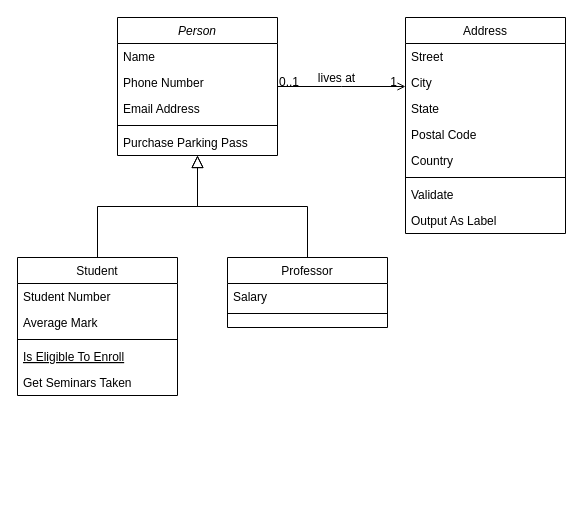
Above: 名称未設定ファイル.drawio in ryshino/strengths-app (draw.io), before the change. Source tidied: cells renumbered, new cells numbered last; positions are measured from the earlier drawing's top-left corner, leaving out a move shared by most shapes. Both pictures are drawn from the tidied source at 100%, with x=0, y=0 at pixel (17, 17).
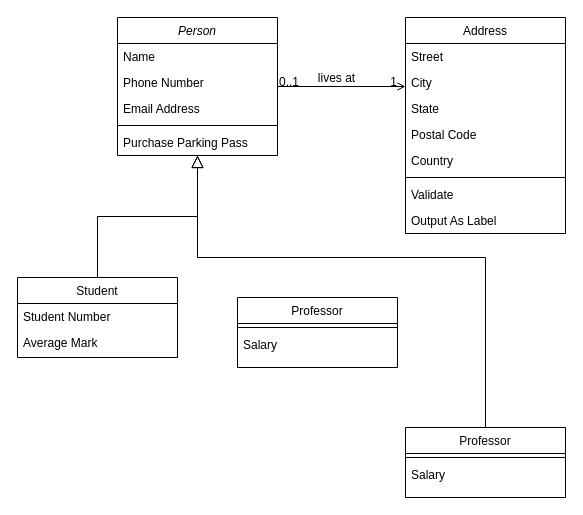
The same diagram, later.

Commit message:
名称未設定ファイル.drawio を更新します

The change refers to these unchanged cells:
```xml
<mxCell id="2" value="Person" style="swimlane;fontStyle=2;align=center;verticalAlign=top;horizontal=1;startSize=26;rounded=0;shadow=0;strokeWidth=1;" parent="1" vertex="1">
  <mxGeometry x="100" width="160" height="138" as="geometry" />
</mxCell>
```

Change to the diagram source:
```diff
@@
     <mxCell id="8" value="Student" style="swimlane;fontStyle=0;align=center;verticalAlign=top;horizontal=1;startSize=26;rounded=0;shadow=0;strokeWidth=1;" parent="1" vertex="1">
-      <mxGeometry y="240" width="160" height="138" as="geometry" />
+      <mxGeometry y="260" width="160" height="80" as="geometry" />
     </mxCell>
@@
-    <mxCell id="11" style="line;html=1;strokeWidth=1;align=left;verticalAlign=middle;spacingTop=-1;spacingLeft=3;spacingRight=3;labelPosition=right;" parent="8" vertex="1">
-      <mxGeometry y="78" width="160" height="8" as="geometry" />
-    </mxCell>
-    <mxCell id="12" value="Is Eligible To Enroll" style="text;align=left;verticalAlign=top;spacingLeft=4;spacingRight=4;overflow=hidden;fontStyle=4;" parent="8" vertex="1">
-      <mxGeometry y="86" width="160" height="26" as="geometry" />
-    </mxCell>
-    <mxCell id="13" value="Get Seminars Taken" style="text;align=left;verticalAlign=top;spacingLeft=4;spacingRight=4;overflow=hidden;" parent="8" vertex="1">
-      <mxGeometry y="112" width="160" height="26" as="geometry" />
-    </mxCell>
@@
     <mxCell id="15" value="Professor" style="swimlane;fontStyle=0;align=center;verticalAlign=top;horizontal=1;startSize=26;rounded=0;shadow=0;strokeWidth=1;" parent="1" vertex="1">
-      <mxGeometry x="210" y="240" width="160" height="70" as="geometry" />
+      <mxGeometry x="388" y="410" width="160" height="70" as="geometry" />
     </mxCell>
+    <mxCell id="17" style="line;html=1;strokeWidth=1;align=left;verticalAlign=middle;spacingTop=-1;spacingLeft=3;spacingRight=3;labelPosition=right;" parent="15" vertex="1">
+      <mxGeometry y="26" width="160" height="8" as="geometry" />
+    </mxCell>
     <mxCell id="16" value="Salary" style="text;align=left;verticalAlign=top;spacingLeft=4;spacingRight=4;overflow=hidden;" parent="15" vertex="1">
-      <mxGeometry y="26" width="160" height="26" as="geometry" />
+      <mxGeometry y="34" width="160" height="26" as="geometry" />
     </mxCell>
-    <mxCell id="17" style="line;html=1;strokeWidth=1;align=left;verticalAlign=middle;spacingTop=-1;spacingLeft=3;spacingRight=3;labelPosition=right;" parent="15" vertex="1">
-      <mxGeometry y="52" width="160" height="8" as="geometry" />
-    </mxCell>
     <mxCell id="18" style="endArrow=block;endSize=10;endFill=0;shadow=0;strokeWidth=1;rounded=0;edgeStyle=elbowEdgeStyle;elbow=vertical;" parent="1" edge="1" source="15" target="2">
-      <mxGeometry relative="1" as="geometry" />
+      <mxGeometry relative="1" as="geometry">
+        <Array as="points">
+          <mxPoint x="330" y="240" />
+        </Array>
+      </mxGeometry>
     </mxCell>
@@
+    <mxCell id="32" value="Professor" style="swimlane;fontStyle=0;align=center;verticalAlign=top;horizontal=1;startSize=26;rounded=0;shadow=0;strokeWidth=1;" parent="1" vertex="1">
+      <mxGeometry x="220" y="280" width="160" height="70" as="geometry" />
+    </mxCell>
+    <mxCell id="33" style="line;html=1;strokeWidth=1;align=left;verticalAlign=middle;spacingTop=-1;spacingLeft=3;spacingRight=3;labelPosition=right;" parent="32" vertex="1">
+      <mxGeometry y="26" width="160" height="8" as="geometry" />
+    </mxCell>
+    <mxCell id="34" value="Salary" style="text;align=left;verticalAlign=top;spacingLeft=4;spacingRight=4;overflow=hidden;" parent="32" vertex="1">
+      <mxGeometry y="34" width="160" height="26" as="geometry" />
+    </mxCell>
```
